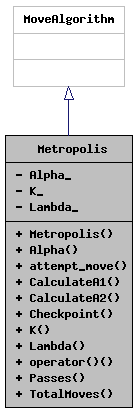
The Graphviz diagram class_metropolis__inherit__graph.png in acgetchell/CDT-plusplus, before a commit. Its source is kept beside it as class_metropolis__inherit__graph.dot.
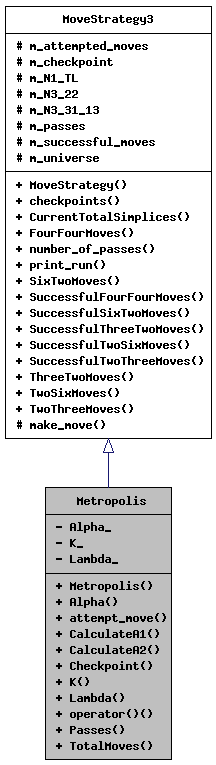
Later version of the same file.

Change to the diagram source:
```diff
@@ -4,5 +4,5 @@
   node [fontname="Helvetica",fontsize="10",shape=record];
   Node1 [label="{Metropolis\n|- Alpha_\l- K_\l- Lambda_\l|+ Metropolis()\l+ Alpha()\l+ attempt_move()\l+ CalculateA1()\l+ CalculateA2()\l+ Checkpoint()\l+ K()\l+ Lambda()\l+ operator()()\l+ Passes()\l+ TotalMoves()\l}",height=0.2,width=0.4,color="black", fillcolor="grey75", style="filled", fontcolor="black",tooltip="Metropolis-Hastings algorithm function object."];
   Node2 -> Node1 [dir="back",color="midnightblue",fontsize="10",style="solid",arrowtail="onormal",fontname="Helvetica"];
-  Node2 [label="{MoveAlgorithm\n||}",height=0.2,width=0.4,color="grey75", fillcolor="white", style="filled",tooltip=" "];
+  Node2 [label="{MoveStrategy3\n|# m_attempted_moves\l# m_checkpoint\l# m_N1_TL\l# m_N3_22\l# m_N3_31_13\l# m_passes\l# m_successful_moves\l# m_universe\l|+ MoveStrategy()\l+ checkpoints()\l+ CurrentTotalSimplices()\l+ FourFourMoves()\l+ number_of_passes()\l+ print_run()\l+ SixTwoMoves()\l+ SuccessfulFourFourMoves()\l+ SuccessfulSixTwoMoves()\l+ SuccessfulThreeTwoMoves()\l+ SuccessfulTwoSixMoves()\l+ SuccessfulTwoThreeMoves()\l+ ThreeTwoMoves()\l+ TwoSixMoves()\l+ TwoThreeMoves()\l# make_move()\l}",height=0.2,width=0.4,color="black", fillcolor="white", style="filled",URL="$class_move_strategy_3_013_01_4.html",tooltip=" "];
 }
```
